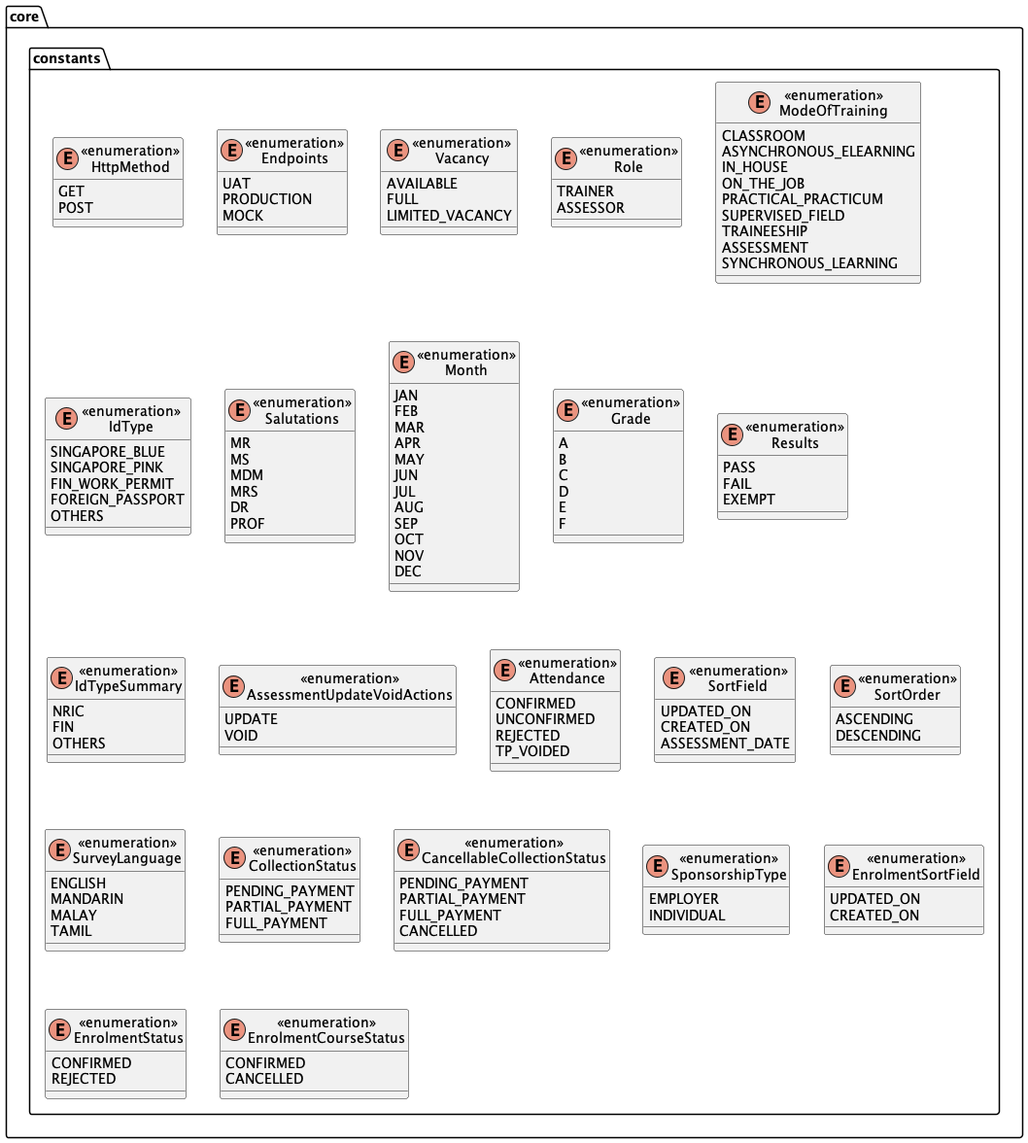
asdfghjkxd/Sample-Codes keeps this PlantUML diagram as revamped_application/assets/diagrams/classes/core/CoreConstantsClassDiagram.png. Above is the earlier version. The source it was exported from:
```plantuml
@startuml
skinparam linetype polyline
skinparam linetype ortho

package core {
    package constants {
        enum "<<enumeration>>\nHttpMethod" {
            GET
            POST
        }

        enum "<<enumeration>>\nEndpoints" {
            UAT
            PRODUCTION
            MOCK
        }

        enum "<<enumeration>>\nVacancy" {
            AVAILABLE
            FULL
            LIMITED_VACANCY
        }

        enum "<<enumeration>>\nRole" {
            TRAINER
            ASSESSOR
        }

        enum "<<enumeration>>\nModeOfTraining" {
            CLASSROOM
            ASYNCHRONOUS_ELEARNING
            IN_HOUSE
            ON_THE_JOB
            PRACTICAL_PRACTICUM
            SUPERVISED_FIELD
            TRAINEESHIP
            ASSESSMENT
            SYNCHRONOUS_LEARNING
        }

        enum "<<enumeration>>\nIdType" {
            SINGAPORE_BLUE
            SINGAPORE_PINK
            FIN_WORK_PERMIT
            FOREIGN_PASSPORT
            OTHERS
        }

        enum "<<enumeration>>\nSalutations" {
            MR
            MS
            MDM
            MRS
            DR
            PROF
        }

        enum "<<enumeration>>\nMonth" {
            JAN
            FEB
            MAR
            APR
            MAY
            JUN
            JUL
            AUG
            SEP
            OCT
            NOV
            DEC
        }

        enum "<<enumeration>>\nGrade" {
            A
            B
            C
            D
            E
            F
        }

        enum "<<enumeration>>\nResults" {
            PASS
            FAIL
            EXEMPT
        }

        enum "<<enumeration>>\nIdTypeSummary" {
            NRIC
            FIN
            OTHERS
        }

        enum "<<enumeration>>\nAssessmentUpdateVoidActions" {
            UPDATE
            VOID
        }

        enum "<<enumeration>>\nAttendance" {
            CONFIRMED
            UNCONFIRMED
            REJECTED
            TP_VOIDED
        }

        enum "<<enumeration>>\nSortField" {
            UPDATED_ON
            CREATED_ON
            ASSESSMENT_DATE
        }

        enum "<<enumeration>>\nSortOrder" {
            ASCENDING
            DESCENDING
        }

        enum "<<enumeration>>\nSurveyLanguage" {
            ENGLISH
            MANDARIN
            MALAY
            TAMIL
        }

        enum "<<enumeration>>\nCollectionStatus" {
            PENDING_PAYMENT
            PARTIAL_PAYMENT
            FULL_PAYMENT
        }

        enum "<<enumeration>>\nCancellableCollectionStatus" {
            PENDING_PAYMENT
            PARTIAL_PAYMENT
            FULL_PAYMENT
            CANCELLED
        }

        enum "<<enumeration>>\nSponsorshipType" {
            EMPLOYER
            INDIVIDUAL
        }

        enum "<<enumeration>>\nEnrolmentSortField" {
            UPDATED_ON
            CREATED_ON
        }

        enum "<<enumeration>>\nEnrolmentStatus" {
            CONFIRMED
            REJECTED
        }

        enum "<<enumeration>>\nEnrolmentCourseStatus" {
            CONFIRMED
            CANCELLED
        }
    }
}
@enduml
```
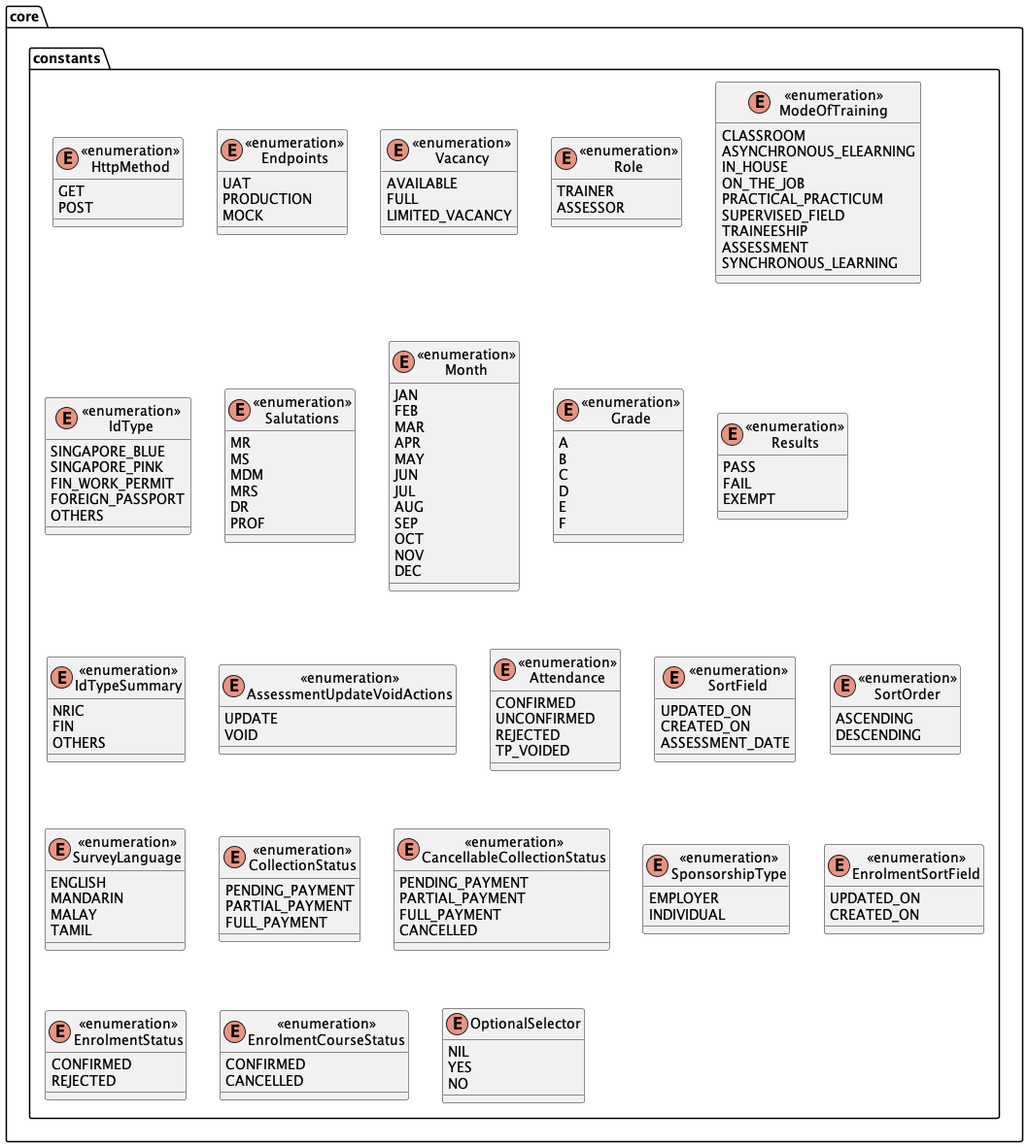
After the commit.

Change to the diagram source:
```diff
@@ -153,6 +153,12 @@
             CONFIRMED
             CANCELLED
         }
+
+        enum OptionalSelector {
+            NIL
+            YES
+            NO
+        }
     }
 }
 @enduml
```
